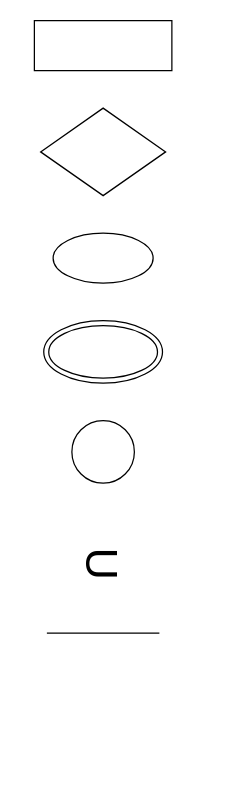
MarcosWillianAP1K/Trabai-de-BD keeps this draw.io diagram as Minimundos/padrao_das_figuras.drawio. Above is the earlier version. Source tidied: cells renumbered, new cells numbered last; positions are measured from the earlier drawing's top-left corner, leaving out a move shared by most shapes. Both pictures are drawn from the tidied source at 125%, with x=0, y=0 at pixel (34, 20).
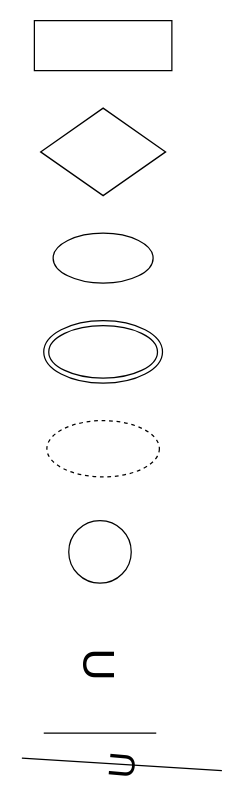
The same page after the edit.

Diff of the diagram source:
```diff
@@
 <mxGraphModel>
   <root>
     <mxCell id="0" />
     <mxCell id="1" parent="0" />
     <mxCell id="2" style="rounded=0;whiteSpace=wrap;html=1;" parent="1" vertex="1">
       <mxGeometry width="110" height="40" as="geometry" />
     </mxCell>
     <mxCell id="3" style="rhombus;whiteSpace=wrap;html=1;" parent="1" vertex="1">
       <mxGeometry x="5" y="70" width="100" height="70" as="geometry" />
     </mxCell>
     <mxCell id="4" style="ellipse;whiteSpace=wrap;html=1;rotation=0;" parent="1" vertex="1">
       <mxGeometry x="15" y="170" width="80" height="40" as="geometry" />
     </mxCell>
     <mxCell id="5" style="ellipse;whiteSpace=wrap;html=1;" parent="1" vertex="1">
-      <mxGeometry x="30" y="320" width="50" height="50" as="geometry" />
+      <mxGeometry x="27.5" y="400" width="50" height="50" as="geometry" />
     </mxCell>
     <mxCell id="6" value="&lt;font style=&quot;font-size: 36px;&quot;&gt;U&lt;/font&gt;" style="text;html=1;strokeColor=none;fillColor=none;align=center;verticalAlign=middle;whiteSpace=wrap;rounded=0;direction=west;rotation=90;" parent="1" vertex="1">
-      <mxGeometry x="25" y="400" width="60" height="70" as="geometry" />
+      <mxGeometry x="22.5" y="480" width="60" height="70" as="geometry" />
     </mxCell>
     <mxCell id="7" style="endArrow=none;html=1;exitX=0;exitY=0.5;exitDx=0;exitDy=0;entryX=1;entryY=0.5;entryDx=0;entryDy=0;" parent="1" edge="1">
       <mxGeometry relative="1" as="geometry">
-        <mxPoint x="100" y="490" as="sourcePoint" />
-        <mxPoint x="10" y="490" as="targetPoint" />
+        <mxPoint x="97.5" y="570" as="sourcePoint" />
+        <mxPoint x="7.5" y="570" as="targetPoint" />
       </mxGeometry>
     </mxCell>
     <mxCell id="8" style="ellipse;shape=doubleEllipse;whiteSpace=wrap;html=1;" parent="1" vertex="1">
       <mxGeometry x="7.5" y="240" width="95" height="50" as="geometry" />
     </mxCell>
+    <mxCell id="9" style="ellipse;whiteSpace=wrap;html=1;align=center;dashed=1;" parent="1" vertex="1">
+      <mxGeometry x="10" y="320" width="90" height="45" as="geometry" />
+    </mxCell>
+    <mxCell id="10" style="endArrow=none;html=1;" parent="1" edge="1">
+      <mxGeometry relative="1" as="geometry">
+        <mxPoint x="150" y="600" as="sourcePoint" />
+        <mxPoint x="-10" y="590" as="targetPoint" />
+      </mxGeometry>
+    </mxCell>
+    <mxCell id="11" value="U" style="edgeLabel;html=1;align=center;verticalAlign=middle;fontSize=29;rotation=-85;labelBackgroundColor=none;" parent="10" vertex="1">
+      <mxGeometry x="0.1" y="3" relative="1" as="geometry">
+        <mxPoint x="8" as="offset" />
+      </mxGeometry>
+    </mxCell>
   </root>
 </mxGraphModel>
```
